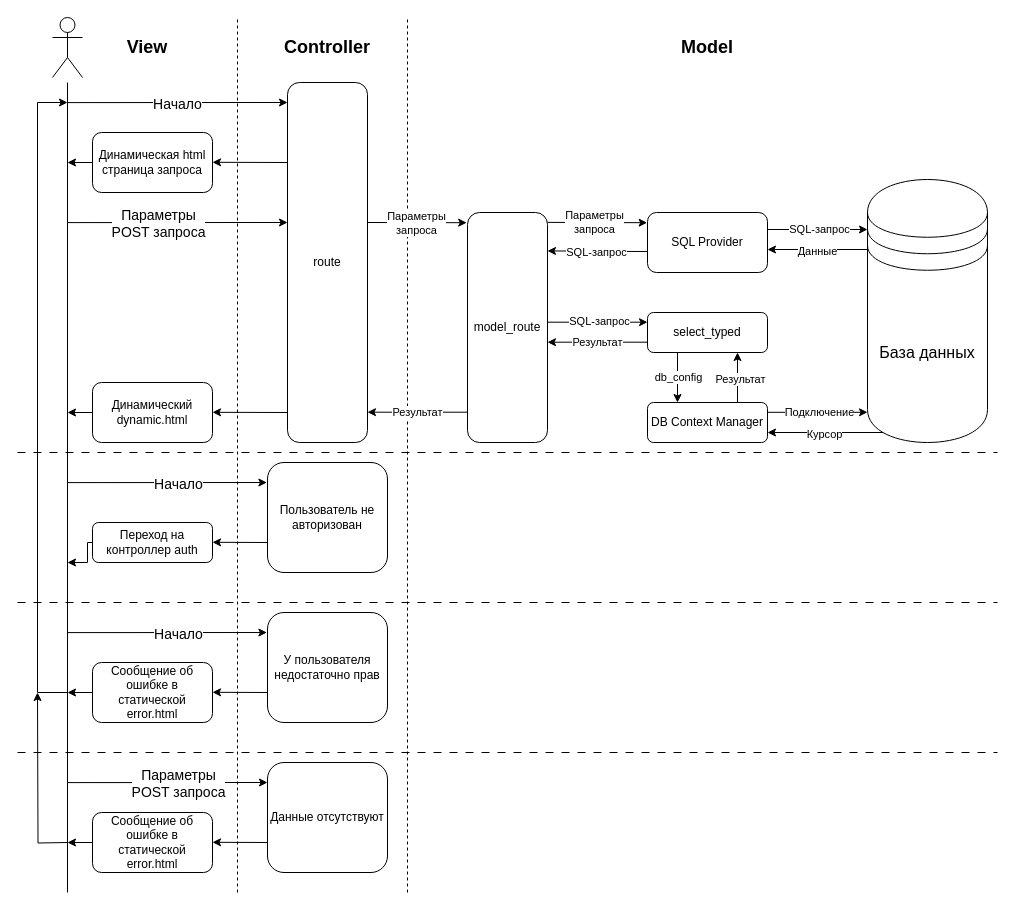
Above: docs/diagrams/query.drawio in gubnik/bmstu-absolute-cinema (draw.io), before the change. Source tidied: cells renumbered, new cells numbered last; positions are measured from the earlier drawing's top-left corner, leaving out a move shared by most shapes. Both pictures are drawn from the tidied source at 100%, with x=0, y=0 at pixel (17, 17).
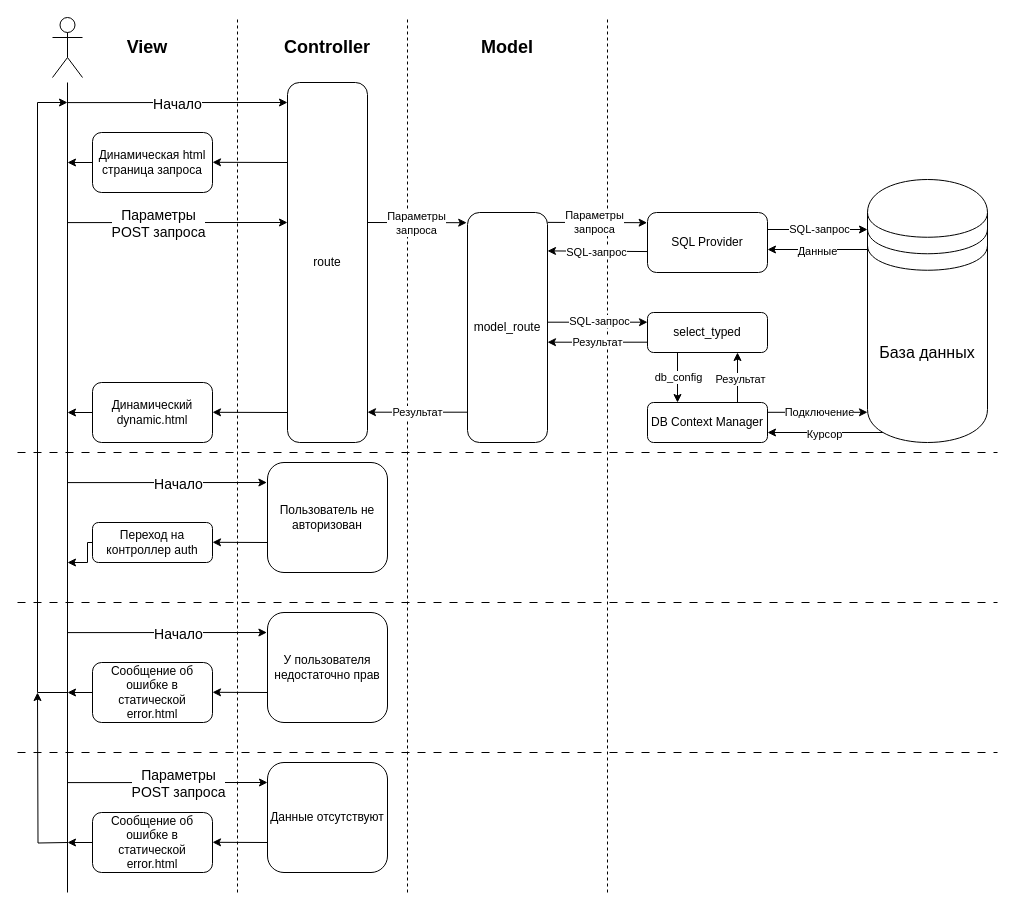
Above is the later version.

What changed in the source:
```diff
@@
+    <mxCell id="72" style="endArrow=none;dashed=1;html=1;rounded=0;" parent="1" edge="1">
+      <mxGeometry relative="1" as="geometry">
+        <mxPoint x="590" y="875" as="sourcePoint" />
+        <mxPoint x="590" as="targetPoint" />
+      </mxGeometry>
+    </mxCell>
@@
     <mxCell id="8" value="Model" style="text;html=1;whiteSpace=wrap;strokeColor=none;fillColor=none;align=center;verticalAlign=middle;rounded=0;fontSize=18;fontStyle=1;" parent="1" vertex="1">
-      <mxGeometry x="660" y="15" width="60" height="30" as="geometry" />
+      <mxGeometry x="460" y="15" width="60" height="30" as="geometry" />
     </mxCell>
```
